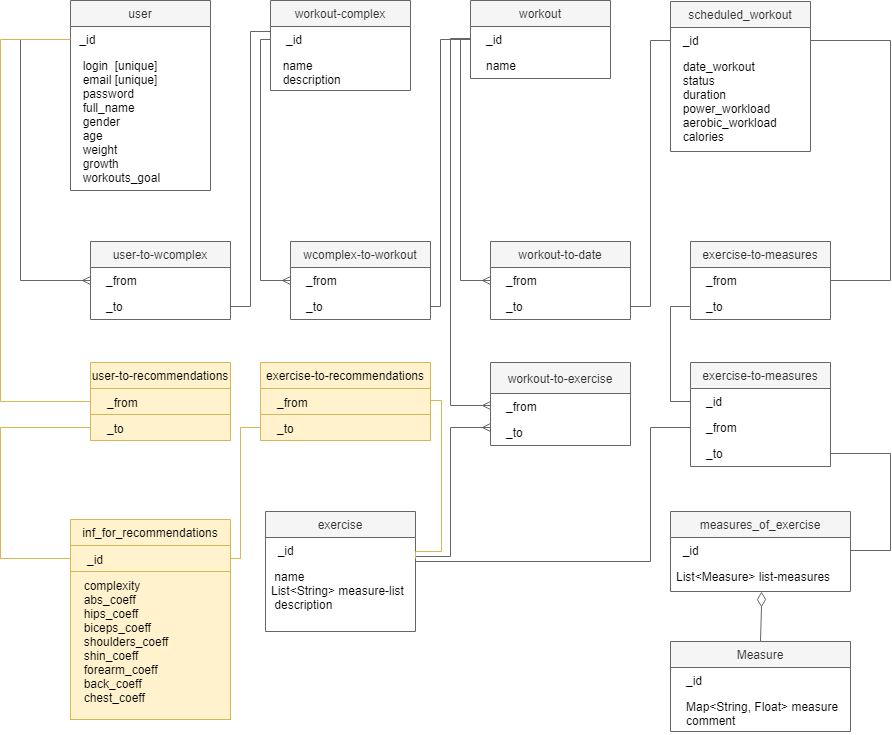
The draw.io diagram pic/data-model.png in bogatovam/netcracker-project, before a commit. Source tidied: cells renumbered, new cells last; positions are measured from the earlier drawing's top-left corner, leaving out a move shared by most shapes.
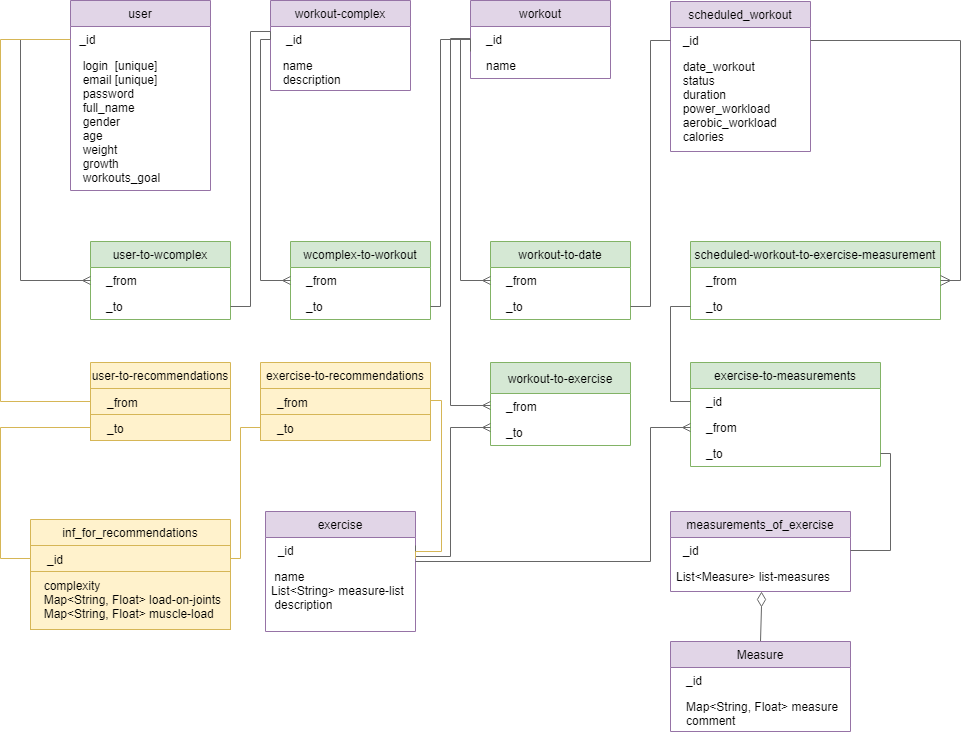
Later version of the same file.

The edit, as a diff of the source:
```diff
@@ -2,7 +2,7 @@
   <root>
     <mxCell id="0" style="html=1;" />
     <mxCell id="1" style="html=1;" parent="0" />
-    <mxCell id="2" value="user" style="swimlane;fontStyle=0;horizontal=1;startSize=26;comic=0;fillColor=#f5f5f5;strokeColor=#666666;fontColor=#333333;" parent="1" vertex="1">
+    <mxCell id="2" value="user" style="swimlane;fontStyle=0;horizontal=1;startSize=26;comic=0;fillColor=#e1d5e7;strokeColor=#9673a6;" parent="1" vertex="1">
       <mxGeometry x="70" width="140" height="190" as="geometry" />
     </mxCell>
     <mxCell id="3" value=" _id" style="text;align=left;verticalAlign=top;spacingLeft=4;spacingRight=4;overflow=hidden;points=[[0,0.5],[1,0.5]];portConstraint=eastwest;comic=0;" parent="2" vertex="1">
@@ -11,7 +11,7 @@
     <mxCell id="4" value="  login  [unique]&#10;  email [unique]&#10;  password &#10;  full_name &#10;  gender &#10;  age &#10;  weight &#10;  growth &#10;  workouts_goal &#10;   " style="text;align=left;verticalAlign=top;spacingLeft=4;spacingRight=4;overflow=hidden;comic=0;" parent="2" vertex="1">
       <mxGeometry y="52" width="140" height="138" as="geometry" />
     </mxCell>
-    <mxCell id="5" value="workout-complex" style="swimlane;fontStyle=0;horizontal=1;startSize=26;comic=0;fillColor=#f5f5f5;strokeColor=#666666;fontColor=#333333;" parent="1" vertex="1">
+    <mxCell id="5" value="workout-complex" style="swimlane;fontStyle=0;horizontal=1;startSize=26;comic=0;fillColor=#e1d5e7;strokeColor=#9673a6;" parent="1" vertex="1">
       <mxGeometry x="270" width="140" height="90" as="geometry" />
     </mxCell>
     <mxCell id="6" value="   _id" style="text;align=left;verticalAlign=top;spacingLeft=4;spacingRight=4;overflow=hidden;points=[[0,0.5],[1,0.5]];portConstraint=eastwest;comic=0;" parent="5" vertex="1">
@@ -20,7 +20,7 @@
     <mxCell id="7" value="  name &#10;  description " style="text;align=left;verticalAlign=top;spacingLeft=4;spacingRight=4;overflow=hidden;comic=0;" parent="5" vertex="1">
       <mxGeometry y="52" width="140" height="38" as="geometry" />
     </mxCell>
-    <mxCell id="8" value="user-to-wcomplex" style="swimlane;fontStyle=0;horizontal=1;startSize=26;comic=0;fillColor=#f5f5f5;strokeColor=#666666;fontColor=#333333;" parent="1" vertex="1">
+    <mxCell id="8" value="user-to-wcomplex" style="swimlane;fontStyle=0;horizontal=1;startSize=26;comic=0;fillColor=#d5e8d4;strokeColor=#82b366;" parent="1" vertex="1">
       <mxGeometry x="90" y="241" width="140" height="78" as="geometry" />
     </mxCell>
     <mxCell id="9" value="   _from" style="text;align=left;verticalAlign=top;spacingLeft=4;spacingRight=4;overflow=hidden;points=[[0,0.5],[1,0.5]];portConstraint=eastwest;comic=0;" parent="8" vertex="1">
@@ -46,7 +46,7 @@
         </Array>
       </mxGeometry>
     </mxCell>
-    <mxCell id="13" value="workout" style="swimlane;fontStyle=0;horizontal=1;startSize=26;comic=0;fillColor=#f5f5f5;strokeColor=#666666;fontColor=#333333;" parent="1" vertex="1">
+    <mxCell id="13" value="workout" style="swimlane;fontStyle=0;horizontal=1;startSize=26;comic=0;fillColor=#e1d5e7;strokeColor=#9673a6;" parent="1" vertex="1">
       <mxGeometry x="470" width="140" height="78" as="geometry" />
     </mxCell>
     <mxCell id="14" value="   _id" style="text;align=left;verticalAlign=top;spacingLeft=4;spacingRight=4;overflow=hidden;points=[[0,0.5],[1,0.5]];portConstraint=eastwest;comic=0;" parent="13" vertex="1">
@@ -55,7 +55,7 @@
     <mxCell id="15" value="   name" style="text;align=left;verticalAlign=top;spacingLeft=4;spacingRight=4;overflow=hidden;comic=0;" parent="13" vertex="1">
       <mxGeometry y="52" width="140" height="26" as="geometry" />
     </mxCell>
-    <mxCell id="16" value="wcomplex-to-workout" style="swimlane;fontStyle=0;horizontal=1;startSize=26;comic=0;fillColor=#f5f5f5;strokeColor=#666666;fontColor=#333333;" parent="1" vertex="1">
+    <mxCell id="16" value="wcomplex-to-workout" style="swimlane;fontStyle=0;horizontal=1;startSize=26;comic=0;fillColor=#d5e8d4;strokeColor=#82b366;" parent="1" vertex="1">
       <mxGeometry x="290" y="241" width="140" height="78" as="geometry" />
     </mxCell>
     <mxCell id="17" value="   _from" style="text;align=left;verticalAlign=top;spacingLeft=4;spacingRight=4;overflow=hidden;points=[[0,0.5],[1,0.5]];portConstraint=eastwest;comic=0;" parent="16" vertex="1">
@@ -72,7 +72,7 @@
         </Array>
       </mxGeometry>
     </mxCell>
-    <mxCell id="20" value="scheduled_workout" style="swimlane;fontStyle=0;horizontal=1;startSize=26;comic=0;fillColor=#f5f5f5;strokeColor=#666666;fontColor=#333333;" parent="1" vertex="1">
+    <mxCell id="20" value="scheduled_workout" style="swimlane;fontStyle=0;horizontal=1;startSize=26;comic=0;fillColor=#e1d5e7;strokeColor=#9673a6;" parent="1" vertex="1">
       <mxGeometry x="670" y="1" width="140" height="150" as="geometry" />
     </mxCell>
     <mxCell id="21" value="  _id" style="text;align=left;verticalAlign=top;spacingLeft=4;spacingRight=4;overflow=hidden;points=[[0,0.5],[1,0.5]];portConstraint=eastwest;comic=0;" parent="20" vertex="1">
@@ -81,7 +81,7 @@
     <mxCell id="22" value="  date_workout &#10;  status &#10;  duration &#10;  power_workload &#10;  aerobic_workload &#10;  calories " style="text;align=left;verticalAlign=top;spacingLeft=4;spacingRight=4;overflow=hidden;comic=0;" parent="20" vertex="1">
       <mxGeometry y="52" width="140" height="98" as="geometry" />
     </mxCell>
-    <mxCell id="23" value="workout-to-date" style="swimlane;fontStyle=0;horizontal=1;startSize=26;comic=0;fillColor=#f5f5f5;strokeColor=#666666;fontColor=#333333;" parent="1" vertex="1">
+    <mxCell id="23" value="workout-to-date" style="swimlane;fontStyle=0;horizontal=1;startSize=26;comic=0;fillColor=#d5e8d4;strokeColor=#82b366;" parent="1" vertex="1">
       <mxGeometry x="490" y="241" width="140" height="78" as="geometry" />
     </mxCell>
     <mxCell id="24" value="   _from" style="text;align=left;verticalAlign=top;spacingLeft=4;spacingRight=4;overflow=hidden;points=[[0,0.5],[1,0.5]];portConstraint=eastwest;comic=0;" parent="23" vertex="1">
@@ -110,7 +110,7 @@
         </Array>
       </mxGeometry>
     </mxCell>
-    <mxCell id="29" value="exercise" style="swimlane;fontStyle=0;horizontal=1;startSize=26;comic=0;fillColor=#f5f5f5;strokeColor=#666666;fontColor=#333333;" parent="1" vertex="1">
+    <mxCell id="29" value="exercise" style="swimlane;fontStyle=0;horizontal=1;startSize=26;comic=0;fillColor=#e1d5e7;strokeColor=#9673a6;" parent="1" vertex="1">
       <mxGeometry x="265" y="511" width="150" height="120" as="geometry" />
     </mxCell>
     <mxCell id="30" value="  _id" style="text;align=left;verticalAlign=top;spacingLeft=4;spacingRight=4;overflow=hidden;comic=0;" parent="29" vertex="1">
@@ -119,7 +119,7 @@
     <mxCell id="31" value=" name &#10;List&lt;String&gt; measure-list &#10; description " style="text;align=left;verticalAlign=top;spacingLeft=4;spacingRight=4;overflow=hidden;comic=0;" parent="29" vertex="1">
       <mxGeometry y="52" width="150" height="68" as="geometry" />
     </mxCell>
-    <mxCell id="32" value="workout-to-exercise" style="swimlane;fontStyle=0;horizontal=1;startSize=31;comic=0;fillColor=#f5f5f5;strokeColor=#666666;fontColor=#333333;" parent="1" vertex="1">
+    <mxCell id="32" value="workout-to-exercise" style="swimlane;fontStyle=0;horizontal=1;startSize=31;comic=0;fillColor=#d5e8d4;strokeColor=#82b366;" parent="1" vertex="1">
       <mxGeometry x="490" y="362" width="140" height="83" as="geometry" />
     </mxCell>
     <mxCell id="33" value="   _from" style="text;align=left;verticalAlign=top;spacingLeft=4;spacingRight=4;overflow=hidden;comic=0;" parent="32" vertex="1">
@@ -141,7 +141,7 @@
     <mxCell id="36" style="edgeStyle=orthogonalEdgeStyle;rounded=0;comic=0;jumpStyle=arc;jettySize=auto;html=1;exitX=0.5;exitY=0;exitDx=0;exitDy=0;entryX=0.504;entryY=0.988;entryDx=0;entryDy=0;entryPerimeter=0;startArrow=none;startFill=0;startSize=12;endArrow=diamondThin;endFill=0;endSize=13;fillColor=#f5f5f5;strokeColor=#666666;" parent="1" edge="1" source="37" target="42">
       <mxGeometry relative="1" as="geometry" />
     </mxCell>
-    <mxCell id="37" value="Measure" style="swimlane;fontStyle=0;horizontal=1;startSize=26;comic=0;fillColor=#f5f5f5;strokeColor=#666666;fontColor=#333333;" parent="1" vertex="1">
+    <mxCell id="37" value="Measure" style="swimlane;fontStyle=0;horizontal=1;startSize=26;comic=0;fillColor=#e1d5e7;strokeColor=#9673a6;" parent="1" vertex="1">
       <mxGeometry x="670" y="641" width="180" height="90" as="geometry" />
     </mxCell>
     <mxCell id="38" value="   _id" style="text;align=left;verticalAlign=top;spacingLeft=4;spacingRight=4;overflow=hidden;comic=0;" parent="37" vertex="1">
@@ -150,7 +150,7 @@
     <mxCell id="39" value="   Map&lt;String, Float&gt; measure&#10;   comment&#10;" style="text;align=left;verticalAlign=top;spacingLeft=4;spacingRight=4;overflow=hidden;comic=0;" parent="37" vertex="1">
       <mxGeometry y="52" width="180" height="38" as="geometry" />
     </mxCell>
-    <mxCell id="40" value="measures_of_exercise" style="swimlane;fontStyle=0;horizontal=1;startSize=26;comic=0;fillColor=#f5f5f5;strokeColor=#666666;fontColor=#333333;" parent="1" vertex="1">
+    <mxCell id="40" value="measurements_of_exercise" style="swimlane;fontStyle=0;horizontal=1;startSize=26;comic=0;fillColor=#e1d5e7;strokeColor=#9673a6;" parent="1" vertex="1">
       <mxGeometry x="670" y="511" width="180" height="80" as="geometry" />
     </mxCell>
     <mxCell id="41" value="  _id" style="text;align=left;verticalAlign=top;spacingLeft=4;spacingRight=4;overflow=hidden;points=[[0,0.5],[1,0.5]];portConstraint=eastwest;comic=0;fillColor=none;" parent="40" vertex="1">
@@ -171,13 +171,13 @@
       </mxGeometry>
     </mxCell>
     <mxCell id="44" value="inf_for_recommendations" style="swimlane;fontStyle=0;horizontal=1;startSize=26;comic=0;fillColor=#fff2cc;strokeColor=#d6b656;" parent="1" vertex="1">
-      <mxGeometry x="70" y="519" width="160" height="200" as="geometry" />
+      <mxGeometry x="30" y="519" width="200" height="110" as="geometry" />
     </mxCell>
     <mxCell id="45" value="   _id" style="text;align=left;verticalAlign=top;spacingLeft=4;spacingRight=4;overflow=hidden;points=[[0,0.5],[1,0.5]];portConstraint=eastwest;comic=0;fillColor=#fff2cc;strokeColor=#d6b656;" parent="44" vertex="1">
-      <mxGeometry y="26" width="160" height="26" as="geometry" />
+      <mxGeometry y="26" width="200" height="26" as="geometry" />
     </mxCell>
-    <mxCell id="46" value="  complexity&#10;  abs_coeff &#10;  hips_coeff &#10;  biceps_coeff &#10;  shoulders_coeff &#10;  shin_coeff &#10;  forearm_coeff &#10;  back_coeff &#10;  chest_coeff " style="text;align=left;verticalAlign=top;spacingLeft=4;spacingRight=4;overflow=hidden;comic=0;fillColor=#fff2cc;strokeColor=#d6b656;" parent="44" vertex="1">
-      <mxGeometry y="52" width="160" height="148" as="geometry" />
+    <mxCell id="46" value="  complexity&#10;  Map&lt;String, Float&gt; load-on-joints&#10;  Map&lt;String, Float&gt; muscle-load&#10;" style="text;align=left;verticalAlign=top;spacingLeft=4;spacingRight=4;overflow=hidden;comic=0;fillColor=#fff2cc;strokeColor=#d6b656;" parent="44" vertex="1">
+      <mxGeometry y="52" width="200" height="58" as="geometry" />
     </mxCell>
     <mxCell id="47" value="user-to-recommendations" style="swimlane;fontStyle=0;horizontal=1;startSize=26;comic=0;fillColor=#fff2cc;strokeColor=#d6b656;" parent="1" vertex="1">
       <mxGeometry x="90" y="362" width="140" height="78" as="geometry" />
@@ -232,39 +232,39 @@
         </Array>
       </mxGeometry>
     </mxCell>
-    <mxCell id="57" value="exercise-to-measures" style="swimlane;fontStyle=0;horizontal=1;startSize=26;comic=0;fillColor=#f5f5f5;strokeColor=#666666;fontColor=#333333;" parent="1" vertex="1">
-      <mxGeometry x="690" y="241" width="140" height="78" as="geometry" />
+    <mxCell id="57" value="scheduled-workout-to-exercise-measurement" style="swimlane;fontStyle=0;horizontal=1;startSize=26;comic=0;fillColor=#d5e8d4;strokeColor=#82b366;" parent="1" vertex="1">
+      <mxGeometry x="690" y="241" width="250" height="78" as="geometry" />
     </mxCell>
     <mxCell id="58" value="   _from" style="text;align=left;verticalAlign=top;spacingLeft=4;spacingRight=4;overflow=hidden;points=[[0,0.5],[1,0.5]];portConstraint=eastwest;comic=0;" parent="57" vertex="1">
-      <mxGeometry y="26" width="140" height="26" as="geometry" />
+      <mxGeometry y="26" width="250" height="26" as="geometry" />
     </mxCell>
     <mxCell id="59" value="   _to" style="text;align=left;verticalAlign=top;spacingLeft=4;spacingRight=4;overflow=hidden;points=[[0,0.5],[1,0.5]];portConstraint=eastwest;comic=0;" parent="57" vertex="1">
-      <mxGeometry y="52" width="140" height="26" as="geometry" />
+      <mxGeometry y="52" width="250" height="26" as="geometry" />
     </mxCell>
-    <mxCell id="60" style="edgeStyle=orthogonalEdgeStyle;rounded=0;comic=0;jumpStyle=arc;jettySize=auto;html=1;entryX=1;entryY=0.5;entryDx=0;entryDy=0;startArrow=none;startFill=0;startSize=12;endArrow=none;endFill=0;endSize=8;fillColor=#f5f5f5;strokeColor=#666666;" parent="1" edge="1" source="21" target="58">
+    <mxCell id="60" style="edgeStyle=orthogonalEdgeStyle;rounded=0;comic=0;jumpStyle=arc;jettySize=auto;html=1;entryX=1;entryY=0.5;entryDx=0;entryDy=0;startArrow=none;startFill=0;startSize=12;endArrow=ERmany;endFill=0;endSize=8;fillColor=#f5f5f5;strokeColor=#666666;" parent="1" edge="1" source="21" target="58">
       <mxGeometry relative="1" as="geometry">
         <Array as="points">
-          <mxPoint x="890" y="40" />
-          <mxPoint x="890" y="280" />
+          <mxPoint x="960" y="40" />
+          <mxPoint x="960" y="280" />
         </Array>
       </mxGeometry>
     </mxCell>
-    <mxCell id="61" value="exercise-to-measures" style="swimlane;fontStyle=0;horizontal=1;startSize=26;comic=0;fillColor=#f5f5f5;strokeColor=#666666;fontColor=#333333;" parent="1" vertex="1">
-      <mxGeometry x="690" y="362" width="140" height="104" as="geometry" />
+    <mxCell id="61" value="exercise-to-measurements" style="swimlane;fontStyle=0;horizontal=1;startSize=26;comic=0;fillColor=#d5e8d4;strokeColor=#82b366;" parent="1" vertex="1">
+      <mxGeometry x="690" y="362" width="190" height="104" as="geometry" />
     </mxCell>
     <mxCell id="62" value="   _id" style="text;align=left;verticalAlign=top;spacingLeft=4;spacingRight=4;overflow=hidden;points=[[0,0.5],[1,0.5]];portConstraint=eastwest;comic=0;" parent="61" vertex="1">
-      <mxGeometry y="26" width="140" height="26" as="geometry" />
+      <mxGeometry y="26" width="190" height="26" as="geometry" />
     </mxCell>
     <mxCell id="63" value="   _from" style="text;align=left;verticalAlign=top;spacingLeft=4;spacingRight=4;overflow=hidden;comic=0;" parent="61" vertex="1">
-      <mxGeometry y="52" width="140" height="26" as="geometry" />
+      <mxGeometry y="52" width="190" height="26" as="geometry" />
     </mxCell>
     <mxCell id="64" value="   _to" style="text;align=left;verticalAlign=top;spacingLeft=4;spacingRight=4;overflow=hidden;points=[[0,0.5],[1,0.5]];portConstraint=eastwest;comic=0;" parent="61" vertex="1">
-      <mxGeometry y="78" width="140" height="26" as="geometry" />
+      <mxGeometry y="78" width="190" height="26" as="geometry" />
     </mxCell>
     <mxCell id="65" style="edgeStyle=orthogonalEdgeStyle;rounded=0;jettySize=auto;html=1;entryX=0;entryY=0.5;entryDx=0;entryDy=0;endArrow=none;endFill=0;fillColor=#f5f5f5;strokeColor=#666666;" parent="1" edge="1" source="59" target="62">
       <mxGeometry relative="1" as="geometry" />
     </mxCell>
-    <mxCell id="66" style="edgeStyle=orthogonalEdgeStyle;rounded=0;orthogonalLoop=1;jettySize=auto;html=1;entryX=0;entryY=0.5;entryDx=0;entryDy=0;endArrow=none;endFill=0;fillColor=#f5f5f5;strokeColor=#666666;" parent="1" edge="1">
+    <mxCell id="66" style="edgeStyle=orthogonalEdgeStyle;rounded=0;orthogonalLoop=1;jettySize=auto;html=1;entryX=0;entryY=0.5;entryDx=0;entryDy=0;endArrow=ERmany;endFill=0;fillColor=#f5f5f5;strokeColor=#666666;" parent="1" edge="1">
       <mxGeometry relative="1" as="geometry">
         <mxPoint x="415" y="561" as="sourcePoint" />
         <mxPoint x="690" y="427" as="targetPoint" />
```
